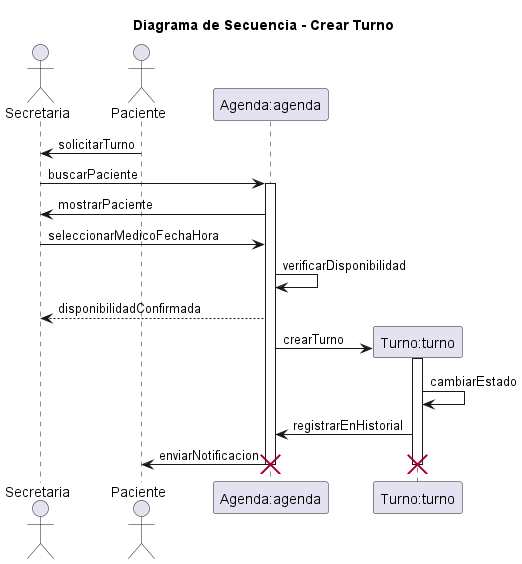
Earlier version of the PlantUML export diagramas/05-diagramas-secuencia/05-secuencia-crear-turno-01.png (eternalnight04/SistemaTurnosMedicos). Its diagram source:
```plantuml
@startuml 05-secuencia-crear-turno-01

title Diagrama de Secuencia - Crear Turno

actor Secretaria as secretaria
actor Paciente as paciente
participant "Agenda:agenda" as agenda
participant "Turno:turno" as turno

paciente -> secretaria: solicitarTurno

secretaria -> agenda: buscarPaciente
activate agenda

agenda -> secretaria: mostrarPaciente
secretaria -> agenda: seleccionarMedicoFechaHora

agenda -> agenda: verificarDisponibilidad
agenda --> secretaria: disponibilidadConfirmada

create turno
agenda -> turno: crearTurno
activate turno

turno -> turno: cambiarEstado
turno -> agenda: registrarEnHistorial

agenda -> paciente: enviarNotificacion

deactivate turno
deactivate agenda

destroy turno
destroy agenda

@enduml
```
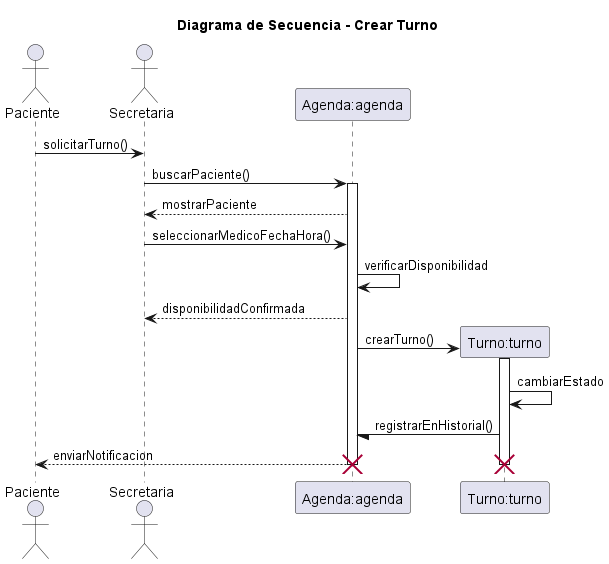
After the change.

Change to the diagram source:
```diff
@@ -2,30 +2,30 @@
 
 title Diagrama de Secuencia - Crear Turno
 
+actor Paciente as paciente
 actor Secretaria as secretaria
-actor Paciente as paciente
 participant "Agenda:agenda" as agenda
 participant "Turno:turno" as turno
 
-paciente -> secretaria: solicitarTurno
+paciente -> secretaria: solicitarTurno()
 
-secretaria -> agenda: buscarPaciente
+secretaria -> agenda: buscarPaciente()
 activate agenda
 
-agenda -> secretaria: mostrarPaciente
-secretaria -> agenda: seleccionarMedicoFechaHora
+agenda --> secretaria: mostrarPaciente
+secretaria -> agenda: seleccionarMedicoFechaHora()
 
 agenda -> agenda: verificarDisponibilidad
 agenda --> secretaria: disponibilidadConfirmada
 
 create turno
-agenda -> turno: crearTurno
+agenda -> turno: crearTurno()
 activate turno
 
 turno -> turno: cambiarEstado
-turno -> agenda: registrarEnHistorial
+turno -/ agenda: registrarEnHistorial()
 
-agenda -> paciente: enviarNotificacion
+agenda --> paciente: enviarNotificacion
 
 deactivate turno
 deactivate agenda
```
